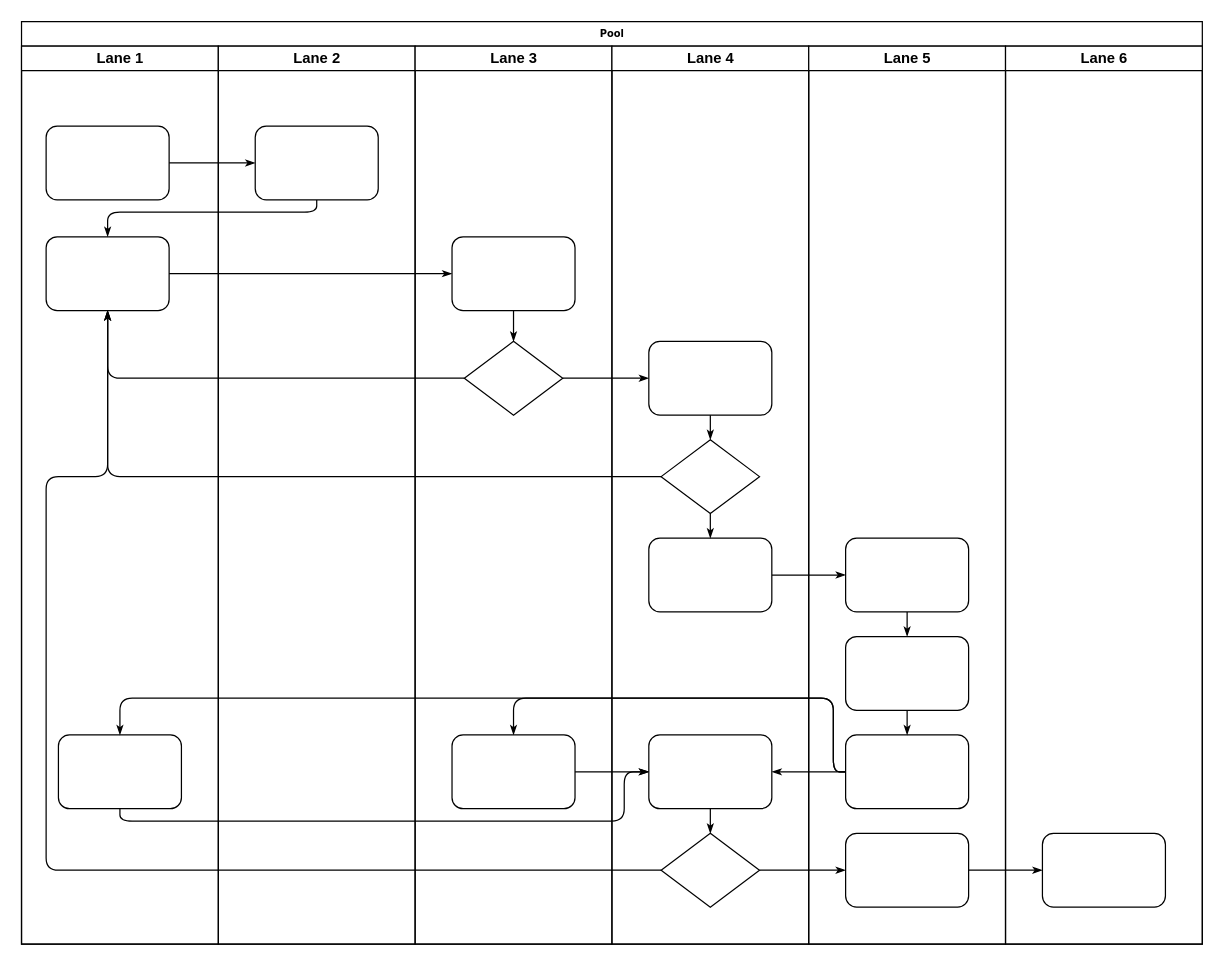
This is 杨妈口语二期-分销模块-提现流程图-2019年11月8日-丁成云.drawio from dingchengyungit/drawio, a draw.io file, before an edit. Source tidied: cells renumbered, new cells numbered last; positions are measured from the earlier drawing's top-left corner, leaving out a move shared by most shapes. Both pictures are drawn from the tidied source at 123%, with x=0, y=0 at pixel (21, 21).
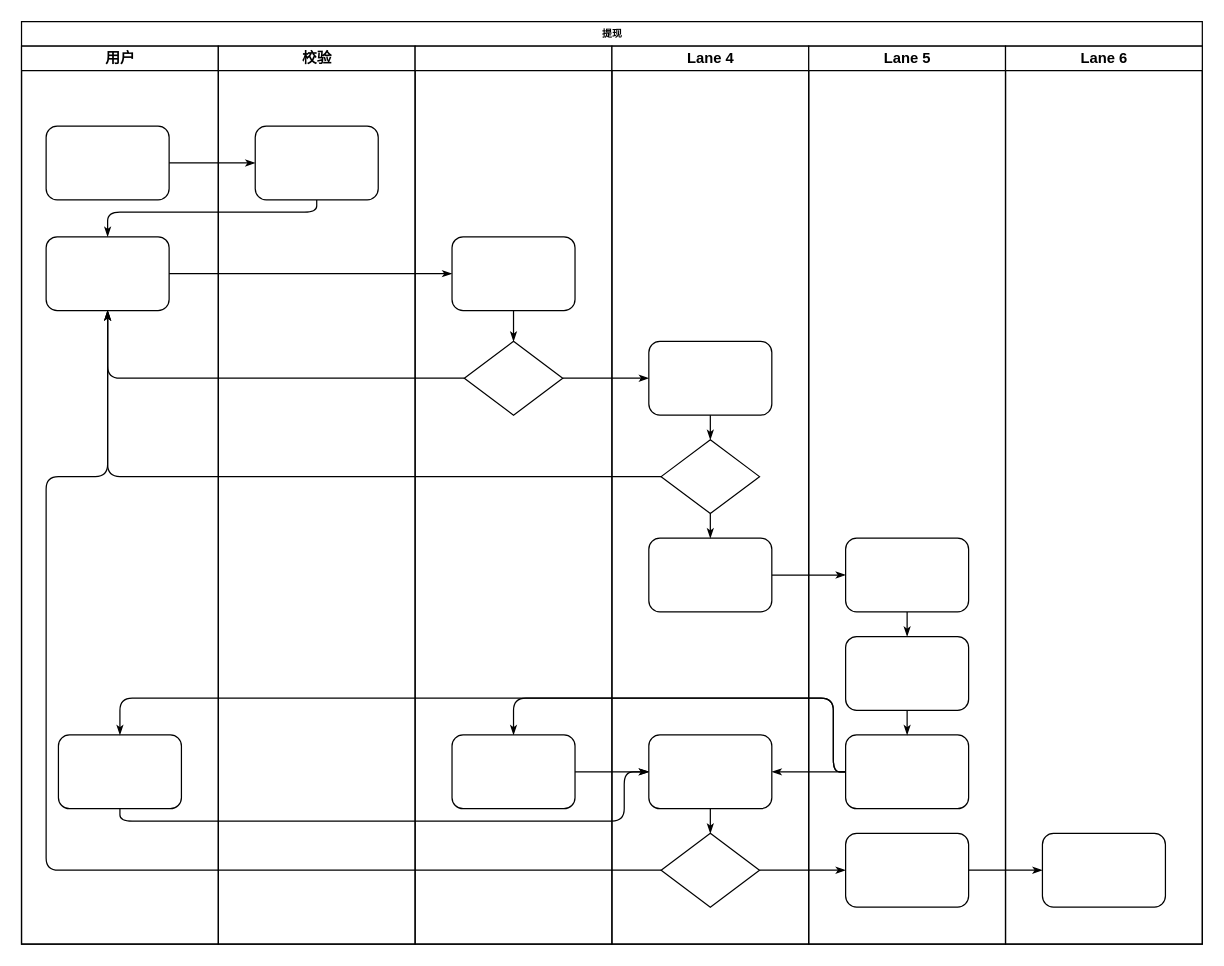
The same page after the edit.

Commit message:
更新杨妈口语二期-分销模块-提现流程图-2019年11月8日-丁成云.drawio

The edit, as a diff of the source:
```diff
@@
-    <mxCell id="2" value="Pool" style="swimlane;html=1;startSize=20;rounded=0;shadow=0;labelBackgroundColor=none;strokeWidth=1;fontFamily=Verdana;fontSize=8;align=center;" parent="1" vertex="1">
+    <mxCell id="2" value="提现" style="swimlane;html=1;startSize=20;rounded=0;shadow=0;labelBackgroundColor=none;strokeWidth=1;fontFamily=Verdana;fontSize=8;align=center;" parent="1" vertex="1">
       <mxGeometry width="960" height="750" as="geometry" />
     </mxCell>
-    <mxCell id="3" value="Lane 1" style="swimlane;html=1;startSize=20;" parent="2" vertex="1">
+    <mxCell id="3" value="用户" style="swimlane;html=1;startSize=20;" parent="2" vertex="1">
       <mxGeometry y="20" width="160" height="730" as="geometry" />
     </mxCell>
@@
-    <mxCell id="22" value="Lane 2" style="swimlane;html=1;startSize=20;" parent="2" vertex="1">
+    <mxCell id="22" value="校验" style="swimlane;html=1;startSize=20;" parent="2" vertex="1">
       <mxGeometry x="160" y="20" width="160" height="730" as="geometry" />
     </mxCell>
@@
-    <mxCell id="24" value="Lane 3" style="swimlane;html=1;startSize=20;" parent="2" vertex="1">
+    <mxCell id="24" style="swimlane;html=1;startSize=20;" parent="2" vertex="1">
       <mxGeometry x="320" y="20" width="160" height="730" as="geometry" />
     </mxCell>
```
